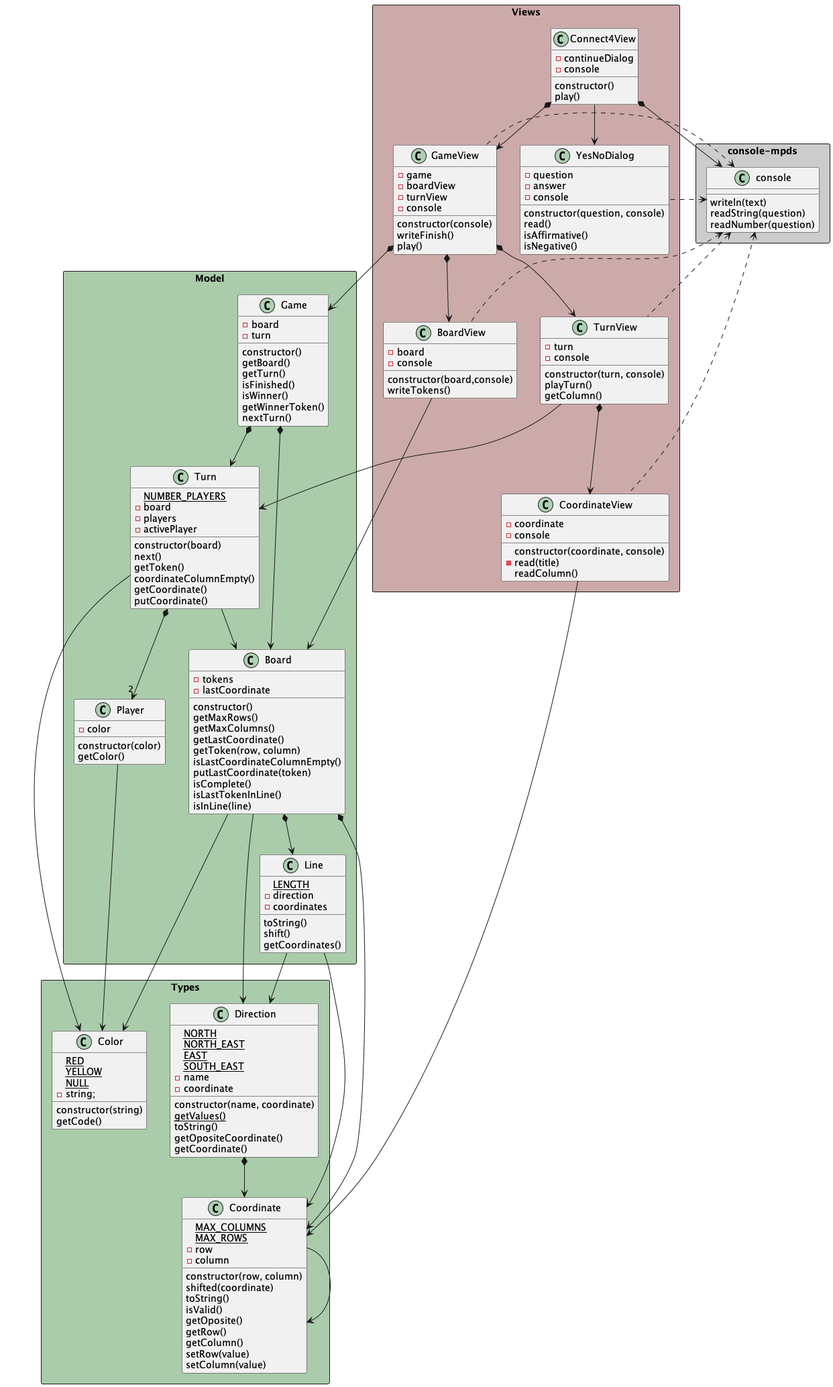
This is game-connect4/docs/diagrams/objectOriented/classNotation/class diagram/connect4_constructorFunction_classdiagram.png from mpaulaherrero/escuelaIT, a PlantUML export, as it was before one commit. The source it was exported from:
```plantuml
@startuml connect4_constructorFunction_classdiagram

package "console-mpds" <<Rectangle>> #ccc {
    class console {
        writeln(text)
        readString(question)
        readNumber(question)
    }
}

package "Types" <<Rectangle>> #aca {
    class Coordinate {
        {static} MAX_COLUMNS
        {static} MAX_ROWS
        -row
        -column
        constructor(row, column)
        shifted(coordinate)
        toString()
        isValid()
        getOposite()
        getRow()
        getColumn()
        setRow(value)
        setColumn(value)
    }

    class Direction {
        {static} NORTH
        {static} NORTH_EAST
        {static} EAST
        {static} SOUTH_EAST
        -name
        -coordinate
        constructor(name, coordinate)
        {static} getValues()
        toString()
        getOpositeCoordinate()
        getCoordinate()
    }

    class Color {
        {static} RED
        {static} YELLOW
        {static} NULL
        -string;
        constructor(string)
        getCode()
    }
}

package "Model" <<Rectangle>> #aca {

    class Board {
        -tokens
        -lastCoordinate
        constructor()
        getMaxRows()
        getMaxColumns()
        getLastCoordinate()
        getToken(row, column)
        isLastCoordinateColumnEmpty()
        putLastCoordinate(token)
        isComplete()
        isLastTokenInLine()
        isInLine(line)
    }

    class Game {
        -board
        -turn
        constructor()
        getBoard()
        getTurn()
        isFinished()
        isWinner()
        getWinnerToken()
        nextTurn()
    }

    class Line {
        {static} LENGTH
        -direction
        -coordinates
        toString()
        shift()
        getCoordinates()
    }

    class Player{
        -color
        constructor(color)
        getColor()
    }

    class Turn{
        {static} NUMBER_PLAYERS
        -board
        -players
        -activePlayer
        constructor(board)
        next()
        getToken()
        coordinateColumnEmpty()
        getCoordinate()
        putCoordinate()
    }
}

package "Views" <<Rectangle>> #caa {
    class BoardView{
        -board
        -console
        constructor(board,console)
        writeTokens()
    }

    class Connect4View {
        -continueDialog
        -console
        constructor()
        play()
    }

    class CoordinateView {
        -coordinate
        -console
        constructor(coordinate, console)
        -read(title)
        readColumn()
    }

    class GameView {
        -game
        -boardView
        -turnView
        -console
        constructor(console)
        writeFinish()
        play()
    }

    class TurnView {
        -turn
        -console
        constructor(turn, console)
        playTurn()
        getColumn()
    }

    class YesNoDialog {
        -question
        -answer
        -console
        constructor(question, console)
        read()
        isAffirmative()
        isNegative()
    }
}



Coordinate -> Coordinate

Direction *-down-> Coordinate

Line -down-> Coordinate
Line -down-> Direction

Board *-down-> Coordinate
Board -down-> Direction
Board *-down-> Line
Board -down-> Color

Player -down-> Color

Turn *-down-> "2" Player
Turn -down-> Board
Turn -down-> Color

Game *-down-> Board
Game *-down-> Turn

CoordinateView -> Coordinate

BoardView -down-> Board

TurnView -down-> Turn
TurnView *-down-> CoordinateView

GameView *-down-> Game
GameView *-down-> BoardView
GameView *-down-> TurnView

Connect4View -down-> YesNoDialog
Connect4View *-down-> GameView

Connect4View *-down-> console
YesNoDialog .-l-> console
GameView .-l-> console
BoardView .-l-> console
TurnView .-l-> console
CoordinateView .-l-> console

@enduml
```
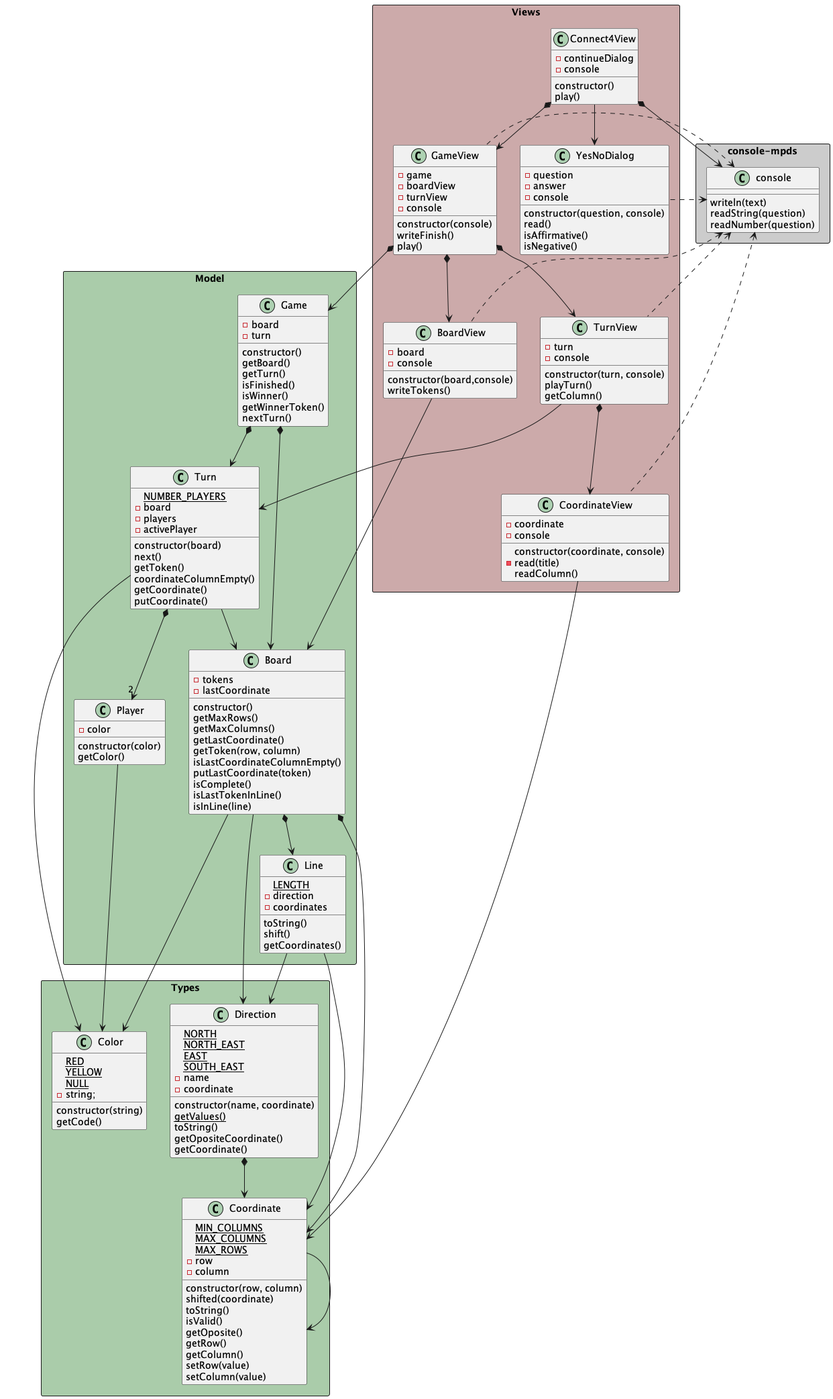
Above is the later version.

Commit message:
MIN_COLUMNS en coordinate para no numero magico

What changed in the source:
```diff
@@ -10,6 +10,7 @@
 
 package "Types" <<Rectangle>> #aca {
     class Coordinate {
+        {static} MIN_COLUMNS
         {static} MAX_COLUMNS
         {static} MAX_ROWS
         -row
```
